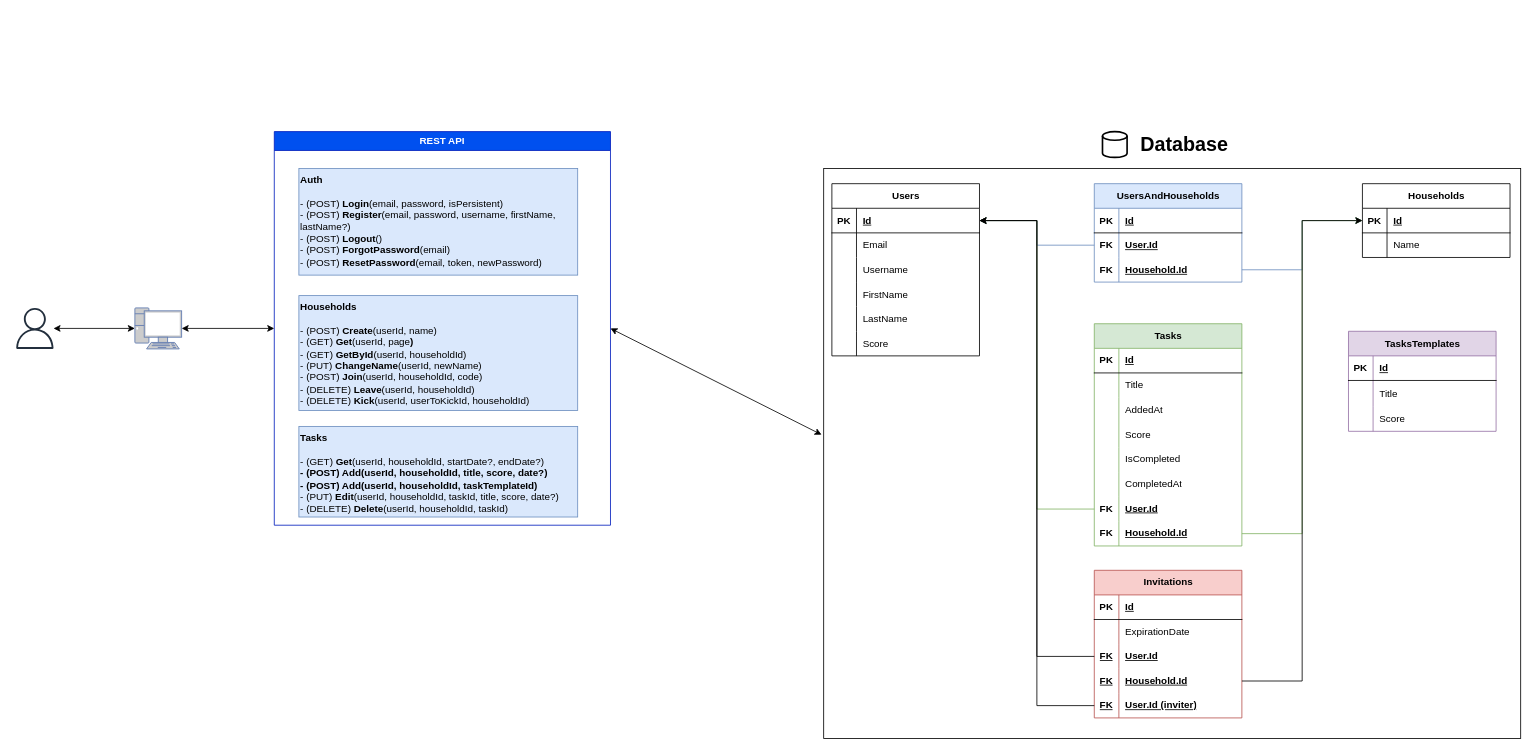
Earlier version of the draw.io diagram Fifty-Fifty.drawio (BBualdo/Fifty-Fifty). Source tidied: cells renumbered, new cells numbered last; positions are measured from the earlier drawing's top-left corner, leaving out a move shared by most shapes. Both pictures are drawn from the tidied source at 82%, with x=0, y=0 at pixel (14, 131).
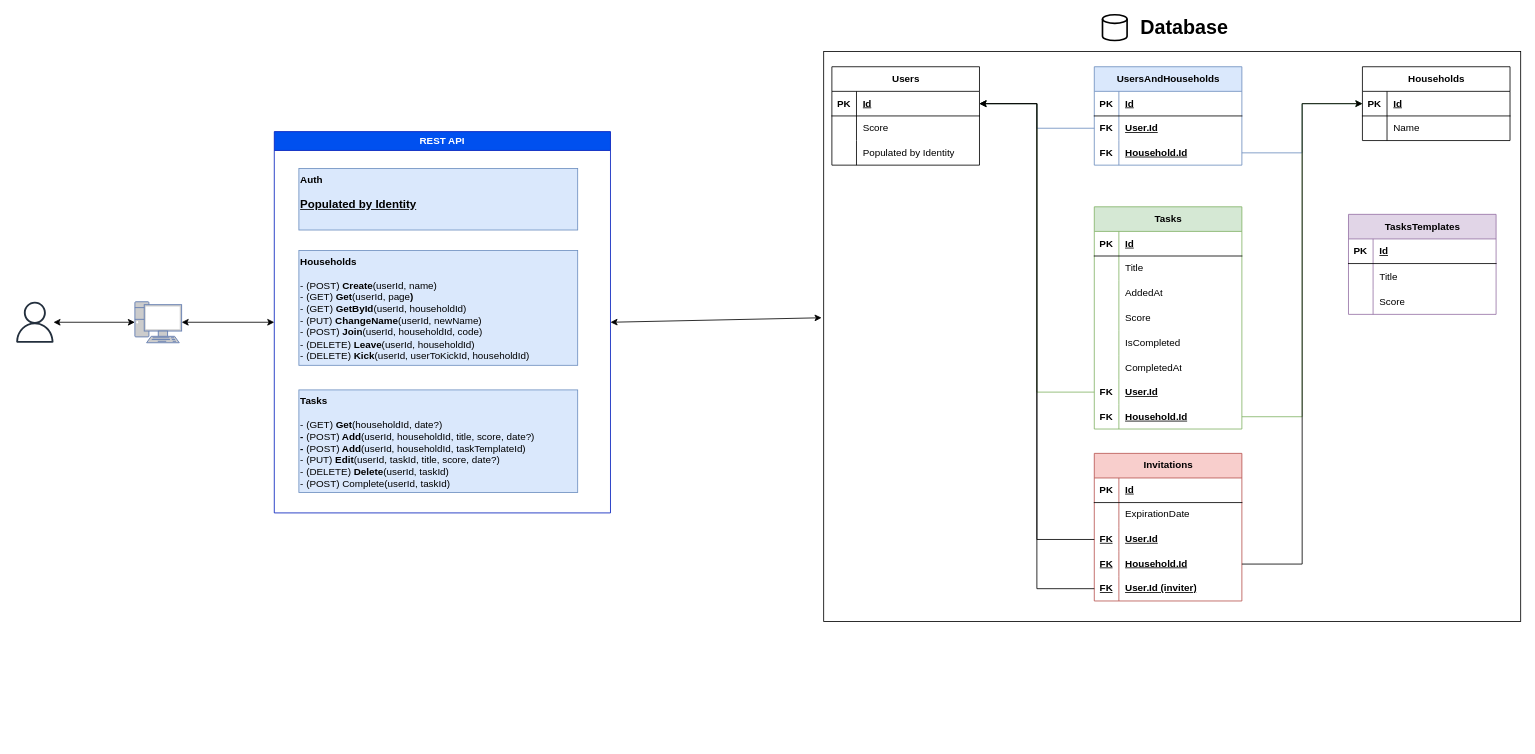
The same page after the edit.

Commit message:
Diagram - Controllers methods update

Change to the diagram source:
```diff
@@
     <mxCell id="2" style="sketch=0;outlineConnect=0;fontColor=#232F3E;gradientColor=none;fillColor=#232F3D;strokeColor=none;dashed=0;verticalLabelPosition=bottom;verticalAlign=top;align=center;html=1;fontSize=12;fontStyle=0;shape=mxgraph.aws4.user;" parent="1" vertex="1">
-      <mxGeometry y="215" width="50" height="50" as="geometry" />
+      <mxGeometry y="207.5" width="50" height="50" as="geometry" />
     </mxCell>
-    <mxCell id="3" style="endArrow=classic;startArrow=classic;html=1;rounded=0;entryX=0;entryY=0.5;entryDx=0;entryDy=0;entryPerimeter=0;" parent="1" edge="1" source="2">
-      <mxGeometry relative="1" as="geometry">
-        <mxPoint x="147" y="240" as="targetPoint" />
-      </mxGeometry>
+    <mxCell id="3" style="endArrow=classic;startArrow=classic;html=1;rounded=0;entryX=0;entryY=0.5;entryDx=0;entryDy=0;entryPerimeter=0;" parent="1" edge="1" source="2" target="108">
+      <mxGeometry relative="1" as="geometry" />
     </mxCell>
     <mxCell id="4" value="REST API" style="swimlane;whiteSpace=wrap;html=1;fillColor=#0050ef;fontColor=#ffffff;strokeColor=#001DBC;" parent="1" vertex="1">
-      <mxGeometry x="317" width="410" height="480" as="geometry" />
+      <mxGeometry x="317" width="410" height="465" as="geometry" />
     </mxCell>
     <mxCell id="5" value="&lt;div style=&quot;&quot;&gt;&lt;b style=&quot;background-color: initial;&quot;&gt;Households&lt;/b&gt;&lt;/div&gt;&lt;div style=&quot;&quot;&gt;&lt;font style=&quot;font-size: 12px;&quot;&gt;&lt;b style=&quot;&quot;&gt;&lt;br&gt;&lt;/b&gt;&lt;/font&gt;&lt;/div&gt;&lt;div&gt;- (POST) &lt;b&gt;Create&lt;/b&gt;(userId, name)&lt;/div&gt;&lt;div&gt;- (GET) &lt;b&gt;Get&lt;/b&gt;(userId, page&lt;b&gt;)&lt;/b&gt;&lt;/div&gt;&lt;div&gt;- (GET) &lt;b&gt;GetById&lt;/b&gt;(userId, householdId)&lt;/div&gt;&lt;div&gt;- (PUT) &lt;b&gt;ChangeName&lt;/b&gt;(userId, newName)&lt;/div&gt;&lt;div&gt;- (POST) &lt;b&gt;Join&lt;/b&gt;(userId, householdId, code)&lt;/div&gt;&lt;div&gt;- (DELETE) &lt;b&gt;Leave&lt;/b&gt;(userId, householdId)&lt;/div&gt;&lt;div&gt;- (DELETE) &lt;b&gt;Kick&lt;/b&gt;(userId, userToKickId, householdId)&lt;/div&gt;" style="whiteSpace=wrap;html=1;align=left;verticalAlign=top;fillColor=#dae8fc;strokeColor=#6c8ebf;" parent="4" vertex="1">
-      <mxGeometry x="30" y="200" width="340" height="140" as="geometry" />
+      <mxGeometry x="30" y="145" width="340" height="140" as="geometry" />
     </mxCell>
-    <mxCell id="6" value="&lt;div style=&quot;&quot;&gt;&lt;b style=&quot;background-color: initial;&quot;&gt;Auth&lt;/b&gt;&lt;/div&gt;&lt;div style=&quot;&quot;&gt;&lt;font style=&quot;font-size: 12px;&quot;&gt;&lt;b style=&quot;&quot;&gt;&lt;br&gt;&lt;/b&gt;&lt;/font&gt;&lt;/div&gt;&lt;div&gt;- (POST) &lt;b&gt;Login&lt;/b&gt;(email, password, isPersistent)&lt;/div&gt;&lt;div&gt;- (POST) &lt;b&gt;Register&lt;/b&gt;(email, password, username, firstName, lastName?)&lt;/div&gt;&lt;div&gt;- (POST) &lt;b&gt;Logout&lt;/b&gt;()&lt;/div&gt;&lt;div&gt;- (POST) &lt;b&gt;ForgotPassword&lt;/b&gt;(email)&lt;/div&gt;&lt;div&gt;- (POST) &lt;b&gt;ResetPassword&lt;/b&gt;(email, token, newPassword)&lt;/div&gt;" style="whiteSpace=wrap;html=1;align=left;verticalAlign=top;fillColor=#dae8fc;strokeColor=#6c8ebf;" parent="4" vertex="1">
-      <mxGeometry x="30" y="45" width="340" height="130" as="geometry" />
+    <mxCell id="6" value="&lt;div style=&quot;&quot;&gt;&lt;b style=&quot;background-color: initial;&quot;&gt;Auth&lt;/b&gt;&lt;/div&gt;&lt;div style=&quot;&quot;&gt;&lt;font style=&quot;font-size: 12px;&quot;&gt;&lt;b style=&quot;&quot;&gt;&lt;br&gt;&lt;/b&gt;&lt;/font&gt;&lt;/div&gt;&lt;div&gt;&lt;b&gt;&lt;font style=&quot;font-size: 14px;&quot;&gt;&lt;u&gt;Populated by Identity&lt;/u&gt;&lt;/font&gt;&lt;/b&gt;&lt;/div&gt;" style="whiteSpace=wrap;html=1;align=left;verticalAlign=top;fillColor=#dae8fc;strokeColor=#6c8ebf;" parent="4" vertex="1">
+      <mxGeometry x="30" y="45" width="340" height="75" as="geometry" />
     </mxCell>
-    <mxCell id="7" value="&lt;div style=&quot;&quot;&gt;&lt;b style=&quot;background-color: initial;&quot;&gt;Tasks&lt;/b&gt;&lt;/div&gt;&lt;div style=&quot;&quot;&gt;&lt;font style=&quot;font-size: 12px;&quot;&gt;&lt;b style=&quot;&quot;&gt;&lt;br&gt;&lt;/b&gt;&lt;/font&gt;&lt;/div&gt;&lt;div style=&quot;&quot;&gt;&lt;font style=&quot;font-size: 12px;&quot;&gt;- (GET) &lt;b&gt;Get&lt;/b&gt;(userId, householdId, startDate?, endDate?)&lt;/font&gt;&lt;/div&gt;&lt;div&gt;&lt;b&gt;- (POST) Add(userId, householdId, title, score, date?)&lt;/b&gt;&lt;/div&gt;&lt;div&gt;&lt;b&gt;- (POST) Add(userId, householdId, taskTemplateId)&lt;/b&gt;&lt;/div&gt;&lt;div&gt;- (PUT) &lt;b&gt;Edit&lt;/b&gt;(userId, householdId, taskId, title, score, date?)&lt;/div&gt;&lt;div&gt;- (DELETE) &lt;b&gt;Delete&lt;/b&gt;(userId, householdId, taskId)&lt;/div&gt;" style="whiteSpace=wrap;html=1;align=left;verticalAlign=top;fillColor=#dae8fc;strokeColor=#6c8ebf;" parent="4" vertex="1">
-      <mxGeometry x="30" y="359.5" width="340" height="110.5" as="geometry" />
+    <mxCell id="7" value="&lt;div style=&quot;&quot;&gt;&lt;b style=&quot;background-color: initial;&quot;&gt;Tasks&lt;/b&gt;&lt;/div&gt;&lt;div style=&quot;&quot;&gt;&lt;font style=&quot;font-size: 12px;&quot;&gt;&lt;b style=&quot;&quot;&gt;&lt;br&gt;&lt;/b&gt;&lt;/font&gt;&lt;/div&gt;&lt;div style=&quot;&quot;&gt;&lt;font style=&quot;font-size: 12px;&quot;&gt;- (GET) &lt;b&gt;Get&lt;/b&gt;(householdId, date?)&lt;/font&gt;&lt;/div&gt;&lt;div&gt;&lt;b&gt;- &lt;/b&gt;(POST)&lt;b&gt; Add&lt;/b&gt;(userId, householdId, title, score, date?)&lt;/div&gt;&lt;div&gt;&lt;b&gt;- &lt;/b&gt;(POST)&lt;b&gt; Add&lt;/b&gt;(userId, householdId, taskTemplateId)&lt;/div&gt;&lt;div&gt;- (PUT) &lt;b&gt;Edit&lt;/b&gt;(userId, taskId, title, score, date?)&lt;/div&gt;&lt;div&gt;- (DELETE) &lt;b&gt;Delete&lt;/b&gt;(userId, taskId)&lt;/div&gt;&lt;div&gt;- (POST) Complete(userId, taskId)&lt;/div&gt;" style="whiteSpace=wrap;html=1;align=left;verticalAlign=top;fillColor=#dae8fc;strokeColor=#6c8ebf;" parent="4" vertex="1">
+      <mxGeometry x="30" y="315" width="340" height="125" as="geometry" />
     </mxCell>
@@
     <mxCell id="10" style="group;" parent="1" vertex="1">
-      <mxGeometry x="987" y="10.1" width="850" height="730" as="geometry" />
+      <mxGeometry x="987" y="-132.5" width="850" height="730" as="geometry" />
     </mxCell>
@@
     <mxCell id="12" value="Users" style="shape=table;startSize=30;childLayout=tableLayout;rowLines=0;fontStyle=1;align=center;html=1;" parent="10" vertex="1">
-      <mxGeometry x="10" y="53.4" width="180" height="210" as="geometry" />
+      <mxGeometry x="10" y="53.4" width="180" height="120" as="geometry" />
     </mxCell>
@@
-    <mxCell id="16" style="shape=tableRow;horizontal=0;startSize=0;swimlaneHead=0;swimlaneBody=0;fillColor=none;top=0;left=0;right=0;bottom=0;" parent="12" vertex="1">
-      <mxGeometry y="60" width="180" height="30" as="geometry" />
-    </mxCell>
-    <mxCell id="17" style="shape=partialRectangle;fillColor=none;top=0;left=0;bottom=0;right=0;overflow=hidden;whiteSpace=wrap;html=1;" parent="16" vertex="1">
-      <mxGeometry width="30" height="30" as="geometry" />
-    </mxCell>
-    <mxCell id="18" value="Email" style="shape=partialRectangle;fillColor=none;top=0;left=0;bottom=0;right=0;align=left;spacingLeft=6;overflow=hidden;whiteSpace=wrap;html=1;" parent="16" vertex="1">
-      <mxGeometry x="30" width="150" height="30" as="geometry" />
-    </mxCell>
-    <mxCell id="19" style="shape=tableRow;horizontal=0;startSize=0;swimlaneHead=0;swimlaneBody=0;fillColor=none;top=0;left=0;right=0;bottom=0;" parent="12" vertex="1">
-      <mxGeometry y="90" width="180" height="30" as="geometry" />
-    </mxCell>
-    <mxCell id="20" style="shape=partialRectangle;fillColor=none;top=0;left=0;bottom=0;right=0;overflow=hidden;whiteSpace=wrap;html=1;" parent="19" vertex="1">
-      <mxGeometry width="30" height="30" as="geometry" />
-    </mxCell>
-    <mxCell id="21" value="Username" style="shape=partialRectangle;fillColor=none;top=0;left=0;bottom=0;right=0;align=left;spacingLeft=6;overflow=hidden;whiteSpace=wrap;html=1;" parent="19" vertex="1">
-      <mxGeometry x="30" width="150" height="30" as="geometry" />
-    </mxCell>
-    <mxCell id="22" style="shape=tableRow;horizontal=0;startSize=0;swimlaneHead=0;swimlaneBody=0;fillColor=none;top=0;left=0;right=0;bottom=0;" parent="12" vertex="1">
-      <mxGeometry y="120" width="180" height="30" as="geometry" />
-    </mxCell>
-    <mxCell id="23" style="shape=partialRectangle;fillColor=none;top=0;left=0;bottom=0;right=0;overflow=hidden;whiteSpace=wrap;html=1;" parent="22" vertex="1">
-      <mxGeometry width="30" height="30" as="geometry" />
-    </mxCell>
-    <mxCell id="24" value="FirstName" style="shape=partialRectangle;fillColor=none;top=0;left=0;bottom=0;right=0;align=left;spacingLeft=6;overflow=hidden;whiteSpace=wrap;html=1;" parent="22" vertex="1">
-      <mxGeometry x="30" width="150" height="30" as="geometry" />
-    </mxCell>
-    <mxCell id="25" style="shape=tableRow;horizontal=0;startSize=0;swimlaneHead=0;swimlaneBody=0;fillColor=none;top=0;left=0;right=0;bottom=0;" parent="12" vertex="1">
-      <mxGeometry y="150" width="180" height="30" as="geometry" />
-    </mxCell>
-    <mxCell id="26" style="shape=partialRectangle;fillColor=none;top=0;left=0;bottom=0;right=0;overflow=hidden;whiteSpace=wrap;html=1;" parent="25" vertex="1">
-      <mxGeometry width="30" height="30" as="geometry" />
-    </mxCell>
-    <mxCell id="27" value="LastName" style="shape=partialRectangle;fillColor=none;top=0;left=0;bottom=0;right=0;align=left;spacingLeft=6;overflow=hidden;whiteSpace=wrap;html=1;" parent="25" vertex="1">
-      <mxGeometry x="30" width="150" height="30" as="geometry" />
-    </mxCell>
     <mxCell id="28" style="shape=tableRow;horizontal=0;startSize=0;swimlaneHead=0;swimlaneBody=0;fillColor=none;top=0;left=0;right=0;bottom=0;" parent="12" vertex="1">
-      <mxGeometry y="180" width="180" height="30" as="geometry" />
+      <mxGeometry y="60" width="180" height="30" as="geometry" />
     </mxCell>
@@
+    <mxCell id="19" style="shape=tableRow;horizontal=0;startSize=0;swimlaneHead=0;swimlaneBody=0;fillColor=none;top=0;left=0;right=0;bottom=0;" parent="12" vertex="1">
+      <mxGeometry y="90" width="180" height="30" as="geometry" />
+    </mxCell>
+    <mxCell id="109" style="shape=partialRectangle;fillColor=none;top=0;left=0;bottom=0;right=0;overflow=hidden;whiteSpace=wrap;html=1;" parent="19" vertex="1">
+      <mxGeometry width="30" height="30" as="geometry" />
+    </mxCell>
+    <mxCell id="110" value="Populated by Identity" style="shape=partialRectangle;fillColor=none;top=0;left=0;bottom=0;right=0;align=left;spacingLeft=6;overflow=hidden;whiteSpace=wrap;html=1;" parent="19" vertex="1">
+      <mxGeometry x="30" width="150" height="30" as="geometry" />
+    </mxCell>
@@
     <mxCell id="108" style="fontColor=#0066CC;verticalAlign=top;verticalLabelPosition=bottom;labelPosition=center;align=center;html=1;outlineConnect=0;fillColor=#CCCCCC;strokeColor=#6881B3;gradientColor=none;gradientDirection=north;strokeWidth=2;shape=mxgraph.networks.pc;" parent="1" vertex="1">
-      <mxGeometry x="147" y="215" width="57" height="50" as="geometry" />
+      <mxGeometry x="147" y="207.5" width="57" height="50" as="geometry" />
     </mxCell>
```
